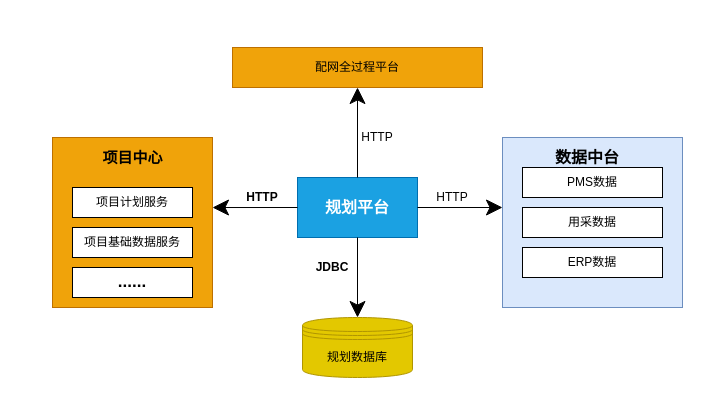
This is 接口服务调用关系图.drawio from gdaybreak/gtlRepository, a draw.io file, before an edit. Source tidied: cells renumbered, new cells numbered last; positions are measured from the earlier drawing's top-left corner, leaving out a move shared by most shapes. Both pictures are drawn from the tidied source at 100%, with x=0, y=0 at pixel (52, 47).
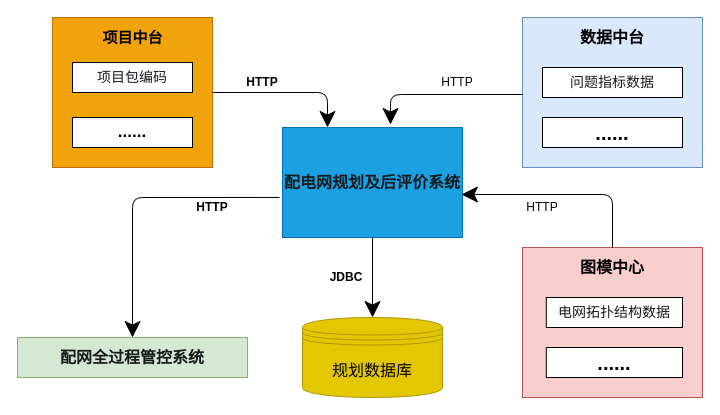
Above is the later version.

Commit message:
Update 接口服务调用关系图.drawio

What changed in the source:
```diff
@@
-    <mxCell id="2" value="配网全过程平台" style="rounded=0;whiteSpace=wrap;html=1;hachureGap=4;fillColor=#f0a30a;strokeColor=#BD7000;fontColor=#000000;" parent="1" vertex="1">
-      <mxGeometry x="180" width="250" height="40" as="geometry" />
+    <mxCell id="2" value="&lt;span style=&quot;color: rgb(23 , 26 , 29) ; text-align: left&quot;&gt;&lt;b&gt;&lt;font style=&quot;font-size: 16px&quot;&gt;配网全过程管控系统&lt;/font&gt;&lt;/b&gt;&lt;/span&gt;" style="rounded=0;whiteSpace=wrap;html=1;hachureGap=4;fillColor=#d5e8d4;strokeColor=#82b366;" parent="1" vertex="1">
+      <mxGeometry x="-35" y="290" width="230" height="40" as="geometry" />
     </mxCell>
     <mxCell id="3" style="rounded=0;whiteSpace=wrap;html=1;hachureGap=4;fillColor=#f0a30a;strokeColor=#BD7000;fontColor=#000000;" parent="1" vertex="1">
-      <mxGeometry y="90" width="160" height="170" as="geometry" />
+      <mxGeometry y="-30" width="160" height="150" as="geometry" />
     </mxCell>
     <mxCell id="4" style="rounded=0;whiteSpace=wrap;html=1;hachureGap=4;fillColor=#dae8fc;strokeColor=#6c8ebf;" parent="1" vertex="1">
-      <mxGeometry x="450" y="90" width="180" height="170" as="geometry" />
+      <mxGeometry x="470" y="-30" width="180" height="150" as="geometry" />
     </mxCell>
-    <mxCell id="5" value="规划数据库" style="shape=datastore;whiteSpace=wrap;html=1;hachureGap=4;fillColor=#e3c800;strokeColor=#B09500;fontColor=#000000;" parent="1" vertex="1">
-      <mxGeometry x="250" y="270" width="110" height="60" as="geometry" />
+    <mxCell id="5" value="&lt;font style=&quot;font-size: 16px&quot;&gt;规划数据库&lt;/font&gt;" style="shape=datastore;whiteSpace=wrap;html=1;hachureGap=4;fillColor=#e3c800;strokeColor=#B09500;fontColor=#000000;" parent="1" vertex="1">
+      <mxGeometry x="250" y="270" width="140" height="80" as="geometry" />
     </mxCell>
-    <mxCell id="6" value="&lt;b&gt;&lt;font style=&quot;font-size: 15px&quot;&gt;项目中心&lt;/font&gt;&lt;/b&gt;" style="text;html=1;strokeColor=none;fillColor=none;align=center;verticalAlign=middle;whiteSpace=wrap;rounded=0;hachureGap=4;" parent="1" vertex="1">
-      <mxGeometry x="47.5" y="100" width="65" height="20" as="geometry" />
+    <mxCell id="6" value="&lt;b&gt;&lt;font style=&quot;font-size: 15px&quot;&gt;项目中台&lt;/font&gt;&lt;/b&gt;" style="text;html=1;strokeColor=none;fillColor=none;align=center;verticalAlign=middle;whiteSpace=wrap;rounded=0;hachureGap=4;" parent="1" vertex="1">
+      <mxGeometry x="47.5" y="-20" width="65" height="20" as="geometry" />
     </mxCell>
     <mxCell id="7" value="&lt;font style=&quot;font-size: 16px&quot;&gt;&lt;b&gt;数据中台&lt;/b&gt;&lt;/font&gt;" style="text;html=1;strokeColor=none;fillColor=none;align=center;verticalAlign=middle;whiteSpace=wrap;rounded=0;hachureGap=4;" parent="1" vertex="1">
-      <mxGeometry x="490" y="100" width="90" height="20" as="geometry" />
+      <mxGeometry x="515" y="-20" width="90" height="20" as="geometry" />
     </mxCell>
-    <mxCell id="8" value="&lt;b&gt;&lt;font style=&quot;font-size: 16px&quot;&gt;规划平台&lt;/font&gt;&lt;/b&gt;" style="rounded=0;whiteSpace=wrap;html=1;hachureGap=4;fillColor=#1ba1e2;strokeColor=#006EAF;fontColor=#ffffff;" parent="1" vertex="1">
-      <mxGeometry x="245" y="130" width="120" height="60" as="geometry" />
+    <mxCell id="8" value="&lt;span style=&quot;color: rgb(23 , 26 , 29) ; text-align: left&quot;&gt;&lt;font style=&quot;font-size: 16px&quot;&gt;&lt;b&gt;配电网规划及后评价系统&lt;/b&gt;&lt;/font&gt;&lt;/span&gt;" style="rounded=0;whiteSpace=wrap;html=1;hachureGap=4;fillColor=#1ba1e2;strokeColor=#006EAF;fontColor=#ffffff;" parent="1" vertex="1">
+      <mxGeometry x="230" y="80" width="180" height="110" as="geometry" />
     </mxCell>
-    <mxCell id="9" value="项目计划服务" style="rounded=0;whiteSpace=wrap;html=1;hachureGap=4;" parent="1" vertex="1">
-      <mxGeometry x="20" y="140" width="120" height="30" as="geometry" />
+    <mxCell id="9" value="&lt;span style=&quot;color: rgb(23 , 26 , 29) ; font-family: &amp;#34;microsoft yahei&amp;#34; , &amp;#34;segoe ui&amp;#34; , , &amp;#34;roboto&amp;#34; , &amp;#34;droid sans&amp;#34; , &amp;#34;helvetica neue&amp;#34; , sans-serif , &amp;#34;tahoma&amp;#34; , &amp;#34;segoe ui symbolmyanmar text&amp;#34; , ; font-size: 14px ; text-align: left ; background-color: rgb(255 , 255 , 255)&quot;&gt;项目包编码&lt;/span&gt;" style="rounded=0;whiteSpace=wrap;html=1;hachureGap=4;" parent="1" vertex="1">
+      <mxGeometry x="20" y="15" width="120" height="30" as="geometry" />
     </mxCell>
-    <mxCell id="10" value="项目基础数据服务" style="rounded=0;whiteSpace=wrap;html=1;hachureGap=4;" parent="1" vertex="1">
-      <mxGeometry x="20" y="180" width="120" height="30" as="geometry" />
-    </mxCell>
     <mxCell id="11" value="&lt;b&gt;&lt;font style=&quot;font-size: 17px&quot;&gt;......&lt;/font&gt;&lt;/b&gt;" style="rounded=0;whiteSpace=wrap;html=1;hachureGap=4;verticalAlign=middle;" parent="1" vertex="1">
-      <mxGeometry x="20" y="220" width="120" height="30" as="geometry" />
+      <mxGeometry x="20" y="70" width="120" height="30" as="geometry" />
     </mxCell>
-    <mxCell id="12" value="PMS数据" style="rounded=0;whiteSpace=wrap;html=1;hachureGap=4;" parent="1" vertex="1">
-      <mxGeometry x="470" y="120" width="140" height="30" as="geometry" />
+    <mxCell id="12" value="&lt;span style=&quot;color: rgb(23 , 26 , 29) ; font-family: &amp;#34;microsoft yahei&amp;#34; , &amp;#34;segoe ui&amp;#34; , , &amp;#34;roboto&amp;#34; , &amp;#34;droid sans&amp;#34; , &amp;#34;helvetica neue&amp;#34; , sans-serif , &amp;#34;tahoma&amp;#34; , &amp;#34;segoe ui symbolmyanmar text&amp;#34; , ; font-size: 14px ; text-align: left ; background-color: rgb(255 , 255 , 255)&quot;&gt;问题指标数据&lt;/span&gt;" style="rounded=0;whiteSpace=wrap;html=1;hachureGap=4;" parent="1" vertex="1">
+      <mxGeometry x="490" y="20" width="140" height="30" as="geometry" />
     </mxCell>
-    <mxCell id="13" value="用采数据" style="rounded=0;whiteSpace=wrap;html=1;hachureGap=4;" parent="1" vertex="1">
-      <mxGeometry x="470" y="160" width="140" height="30" as="geometry" />
-    </mxCell>
-    <mxCell id="14" value="ERP数据" style="rounded=0;whiteSpace=wrap;html=1;hachureGap=4;" parent="1" vertex="1">
-      <mxGeometry x="470" y="200" width="140" height="30" as="geometry" />
+    <mxCell id="14" value="&lt;b&gt;&lt;font style=&quot;font-size: 20px&quot;&gt;......&lt;/font&gt;&lt;/b&gt;" style="rounded=0;whiteSpace=wrap;html=1;hachureGap=4;verticalAlign=middle;" parent="1" vertex="1">
+      <mxGeometry x="490" y="70" width="140" height="30" as="geometry" />
     </mxCell>
     <mxCell id="15" value="&lt;b&gt;JDBC&lt;/b&gt;" style="text;html=1;strokeColor=none;fillColor=none;align=center;verticalAlign=middle;whiteSpace=wrap;rounded=0;hachureGap=4;" parent="1" vertex="1">
-      <mxGeometry x="260" y="210" width="40" height="20" as="geometry" />
+      <mxGeometry x="274" y="220" width="40" height="20" as="geometry" />
     </mxCell>
@@
-    <mxCell id="17" style="endArrow=classic;html=1;startSize=14;endSize=14;sourcePerimeterSpacing=8;targetPerimeterSpacing=8;entryX=1;entryY=0.412;entryDx=0;entryDy=0;entryPerimeter=0;exitX=0;exitY=0.5;exitDx=0;exitDy=0;" parent="1" edge="1" source="8" target="3">
-      <mxGeometry relative="1" as="geometry" />
-    </mxCell>
     <mxCell id="18" value="&lt;b&gt;HTTP&lt;/b&gt;" style="text;html=1;strokeColor=none;fillColor=none;align=center;verticalAlign=middle;whiteSpace=wrap;rounded=0;hachureGap=4;" parent="1" vertex="1">
-      <mxGeometry x="190" y="140" width="40" height="20" as="geometry" />
+      <mxGeometry x="190" y="25" width="40" height="20" as="geometry" />
     </mxCell>
-    <mxCell id="19" style="endArrow=classic;html=1;startSize=14;endSize=14;sourcePerimeterSpacing=8;targetPerimeterSpacing=8;exitX=1;exitY=0.5;exitDx=0;exitDy=0;" parent="1" edge="1" source="8">
-      <mxGeometry relative="1" as="geometry">
-        <mxPoint x="450" y="160" as="targetPoint" />
-      </mxGeometry>
-    </mxCell>
     <mxCell id="20" value="HTTP" style="text;html=1;strokeColor=none;fillColor=none;align=center;verticalAlign=middle;whiteSpace=wrap;rounded=0;hachureGap=4;" parent="1" vertex="1">
-      <mxGeometry x="380" y="140" width="40" height="20" as="geometry" />
+      <mxGeometry x="470" y="150" width="40" height="20" as="geometry" />
     </mxCell>
-    <mxCell id="21" style="endArrow=classic;html=1;startSize=14;endSize=14;sourcePerimeterSpacing=8;targetPerimeterSpacing=8;exitX=0.5;exitY=0;exitDx=0;exitDy=0;entryX=0.5;entryY=1;entryDx=0;entryDy=0;" parent="1" edge="1" source="8" target="2">
-      <mxGeometry relative="1" as="geometry" />
+    <mxCell id="21" style="endArrow=classic;html=1;startSize=14;endSize=14;sourcePerimeterSpacing=8;targetPerimeterSpacing=8;exitX=-0.017;exitY=0.636;exitDx=0;exitDy=0;exitPerimeter=0;entryX=0.5;entryY=0;entryDx=0;entryDy=0;" parent="1" edge="1" source="8" target="2">
+      <mxGeometry relative="1" as="geometry">
+        <Array as="points">
+          <mxPoint x="80" y="150" />
+        </Array>
+      </mxGeometry>
     </mxCell>
     <mxCell id="22" value="HTTP" style="text;html=1;strokeColor=none;fillColor=none;align=center;verticalAlign=middle;whiteSpace=wrap;rounded=0;hachureGap=4;" parent="1" vertex="1">
-      <mxGeometry x="300" y="80" width="50" height="20" as="geometry" />
+      <mxGeometry x="380" y="25" width="50" height="20" as="geometry" />
     </mxCell>
+    <mxCell id="23" style="endArrow=classic;html=1;startSize=14;endSize=14;sourcePerimeterSpacing=8;targetPerimeterSpacing=8;exitX=1;exitY=0.5;exitDx=0;exitDy=0;entryX=0.25;entryY=0;entryDx=0;entryDy=0;" parent="1" edge="1" source="3" target="8">
+      <mxGeometry relative="1" as="geometry">
+        <Array as="points">
+          <mxPoint x="275" y="45" />
+        </Array>
+      </mxGeometry>
+    </mxCell>
+    <mxCell id="24" style="endArrow=classic;html=1;startSize=14;endSize=14;sourcePerimeterSpacing=8;targetPerimeterSpacing=8;entryX=0.6;entryY=-0.027;entryDx=0;entryDy=0;entryPerimeter=0;" parent="1" edge="1" target="8">
+      <mxGeometry relative="1" as="geometry">
+        <mxPoint x="470" y="47" as="sourcePoint" />
+        <Array as="points">
+          <mxPoint x="338" y="47" />
+        </Array>
+      </mxGeometry>
+    </mxCell>
+    <mxCell id="25" style="rounded=0;whiteSpace=wrap;html=1;hachureGap=4;verticalAlign=middle;fillColor=#f8cecc;strokeColor=#b85450;" parent="1" vertex="1">
+      <mxGeometry x="470" y="200" width="180" height="150" as="geometry" />
+    </mxCell>
+    <mxCell id="26" value="&lt;font style=&quot;font-size: 16px&quot;&gt;&lt;b&gt;图模中心&lt;/b&gt;&lt;/font&gt;" style="text;html=1;strokeColor=none;fillColor=none;align=center;verticalAlign=middle;whiteSpace=wrap;rounded=0;hachureGap=4;" parent="1" vertex="1">
+      <mxGeometry x="520" y="210" width="80" height="20" as="geometry" />
+    </mxCell>
+    <mxCell id="27" value="&lt;span style=&quot;color: rgb(23 , 26 , 29) ; font-family: &amp;#34;microsoft yahei&amp;#34; , &amp;#34;segoe ui&amp;#34; , , &amp;#34;roboto&amp;#34; , &amp;#34;droid sans&amp;#34; , &amp;#34;helvetica neue&amp;#34; , sans-serif , &amp;#34;tahoma&amp;#34; , &amp;#34;segoe ui symbolmyanmar text&amp;#34; , ; font-size: 14px ; text-align: left ; background-color: rgb(255 , 255 , 255)&quot;&gt;电网拓扑结构数据&lt;/span&gt;" style="rounded=0;whiteSpace=wrap;html=1;hachureGap=4;" parent="1" vertex="1">
+      <mxGeometry x="493.8" y="250" width="136.2" height="30" as="geometry" />
+    </mxCell>
+    <mxCell id="28" value="&lt;b&gt;&lt;font style=&quot;font-size: 20px&quot;&gt;......&lt;/font&gt;&lt;/b&gt;" style="rounded=0;whiteSpace=wrap;html=1;hachureGap=4;verticalAlign=middle;" parent="1" vertex="1">
+      <mxGeometry x="493.8" y="300" width="136.2" height="30" as="geometry" />
+    </mxCell>
+    <mxCell id="29" value="&lt;b&gt;HTTP&lt;/b&gt;" style="text;html=1;strokeColor=none;fillColor=none;align=center;verticalAlign=middle;whiteSpace=wrap;rounded=0;hachureGap=4;" parent="1" vertex="1">
+      <mxGeometry x="140" y="150" width="40" height="20" as="geometry" />
+    </mxCell>
+    <mxCell id="30" style="endArrow=classic;html=1;startSize=14;endSize=14;sourcePerimeterSpacing=8;targetPerimeterSpacing=8;entryX=0.994;entryY=0.609;entryDx=0;entryDy=0;exitX=0.5;exitY=0;exitDx=0;exitDy=0;entryPerimeter=0;" parent="1" edge="1" source="25" target="8">
+      <mxGeometry relative="1" as="geometry">
+        <Array as="points">
+          <mxPoint x="560" y="147" />
+        </Array>
+      </mxGeometry>
+    </mxCell>
```
